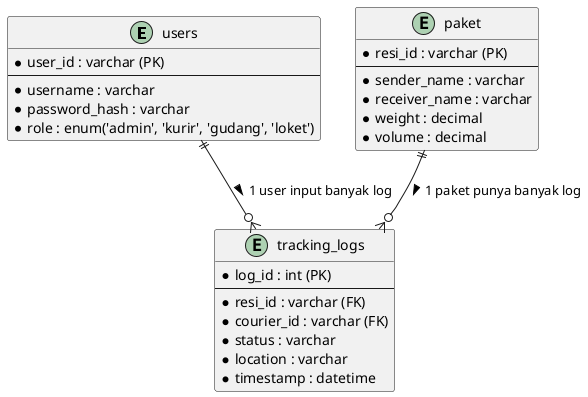
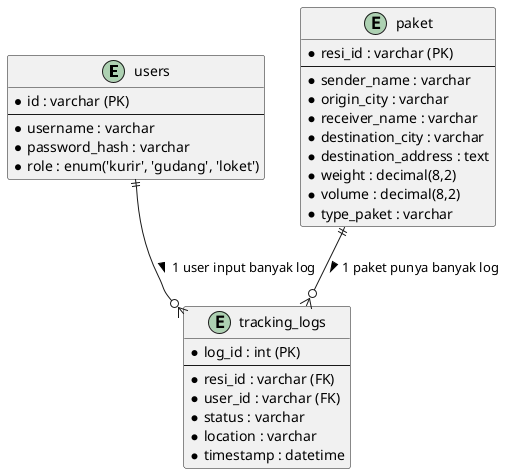
@startuml

' Definisi Tabel
entity "users" as users {
-   * user_id : varchar (PK)
+   * id : varchar (PK)
  --
  * username : varchar
  * password_hash : varchar
-   * role : enum('admin', 'kurir', 'gudang', 'loket')
+   * role : enum('kurir', 'gudang', 'loket')
}

entity "paket" as paket {
  * resi_id : varchar (PK)
  --
  * sender_name : varchar
+   * origin_city : varchar
  * receiver_name : varchar
-   * weight : decimal
-   * volume : decimal
+   * destination_city : varchar
+   * destination_address : text
+   * weight : decimal(8,2)
+   * volume : decimal(8,2)
+   * type_paket : varchar
}

entity "tracking_logs" as logs {
  * log_id : int (PK)
  --
  * resi_id : varchar (FK)
-   * courier_id : varchar (FK)
+   * user_id : varchar (FK)
  * status : varchar
  * location : varchar
  * timestamp : datetime
}

' Relasi
paket ||--o{ logs : "1 paket punya banyak log >"
users ||--o{ logs : "1 user input banyak log >"

@enduml